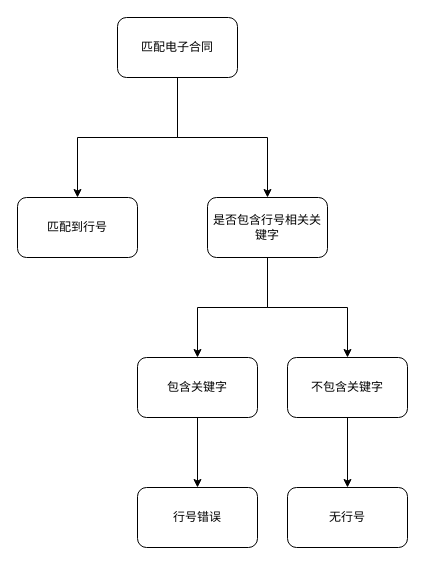
This is 匹配无行号逻辑.drawio from ammengke/my-drawio, a draw.io file, before an edit. Source tidied: cells renumbered, new cells numbered last; positions are measured from the earlier drawing's top-left corner, leaving out a move shared by most shapes. Both pictures are drawn from the tidied source at 100%, with x=0, y=0 at pixel (17, 17).
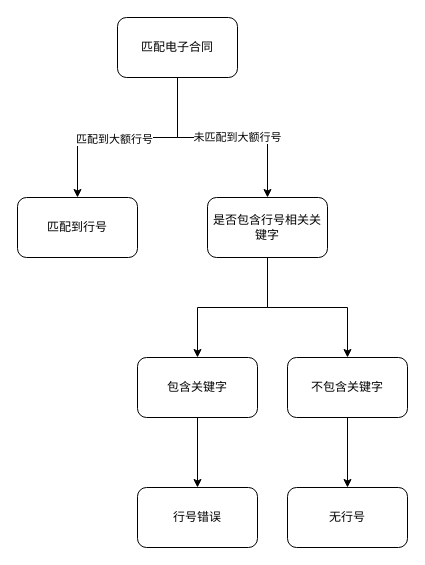
Above is the later version.

Commit message (it also covers changes not shown here):
Update 匹配无行号逻辑.drawio

What changed in the source:
```diff
@@
 <mxGraphModel>
   <root>
     <mxCell id="0" />
     <mxCell id="1" parent="0" />
-    <mxCell id="2" style="edgeStyle=orthogonalEdgeStyle;rounded=0;jettySize=auto;html=1;" parent="1" edge="1" source="4" target="8">
-      <mxGeometry relative="1" as="geometry" />
+    <mxCell id="2" value="未匹配到大额行号" style="edgeStyle=orthogonalEdgeStyle;rounded=0;jettySize=auto;html=1;" parent="1" edge="1" source="4" target="8">
+      <mxGeometry x="0.14" relative="1" as="geometry" />
     </mxCell>
     <mxCell id="3" style="edgeStyle=orthogonalEdgeStyle;rounded=0;jettySize=auto;html=1;" parent="1" edge="1" source="4" target="5">
       <mxGeometry relative="1" as="geometry" />
     </mxCell>
+    <mxCell id="15" value="匹配到大额行号" style="edgeLabel;html=1;align=center;verticalAlign=middle;" parent="3" vertex="1">
+      <mxGeometry x="0.13" y="1" relative="1" as="geometry" />
+    </mxCell>
     <mxCell id="4" value="匹配电子合同" style="rounded=1;whiteSpace=wrap;html=1;" parent="1" vertex="1">
       <mxGeometry x="100" width="120" height="60" as="geometry" />
     </mxCell>
     <mxCell id="5" value="匹配到行号" style="rounded=1;whiteSpace=wrap;html=1;" parent="1" vertex="1">
       <mxGeometry y="180" width="120" height="60" as="geometry" />
     </mxCell>
     <mxCell id="6" style="edgeStyle=orthogonalEdgeStyle;rounded=0;jettySize=auto;html=1;" parent="1" edge="1" source="8" target="10">
       <mxGeometry relative="1" as="geometry" />
     </mxCell>
     <mxCell id="7" style="edgeStyle=orthogonalEdgeStyle;rounded=0;jettySize=auto;html=1;" parent="1" edge="1" source="8" target="12">
       <mxGeometry relative="1" as="geometry" />
     </mxCell>
     <mxCell id="8" value="是否包含行号相关关键字" style="rounded=1;whiteSpace=wrap;html=1;" parent="1" vertex="1">
       <mxGeometry x="190" y="180" width="120" height="60" as="geometry" />
     </mxCell>
     <mxCell id="9" style="edgeStyle=orthogonalEdgeStyle;rounded=0;jettySize=auto;html=1;" parent="1" edge="1" source="10" target="14">
       <mxGeometry relative="1" as="geometry" />
     </mxCell>
     <mxCell id="10" value="包含关键字" style="rounded=1;whiteSpace=wrap;html=1;" parent="1" vertex="1">
       <mxGeometry x="120" y="340" width="120" height="60" as="geometry" />
     </mxCell>
     <mxCell id="11" style="edgeStyle=orthogonalEdgeStyle;rounded=0;jettySize=auto;html=1;" parent="1" edge="1" source="12" target="13">
       <mxGeometry relative="1" as="geometry" />
     </mxCell>
     <mxCell id="12" value="不包含关键字" style="rounded=1;whiteSpace=wrap;html=1;" parent="1" vertex="1">
       <mxGeometry x="270" y="340" width="120" height="60" as="geometry" />
     </mxCell>
     <mxCell id="13" value="无行号" style="rounded=1;whiteSpace=wrap;html=1;" parent="1" vertex="1">
       <mxGeometry x="270" y="470" width="120" height="60" as="geometry" />
     </mxCell>
     <mxCell id="14" value="行号错误" style="rounded=1;whiteSpace=wrap;html=1;" parent="1" vertex="1">
       <mxGeometry x="120" y="470" width="120" height="60" as="geometry" />
     </mxCell>
   </root>
 </mxGraphModel>
```
